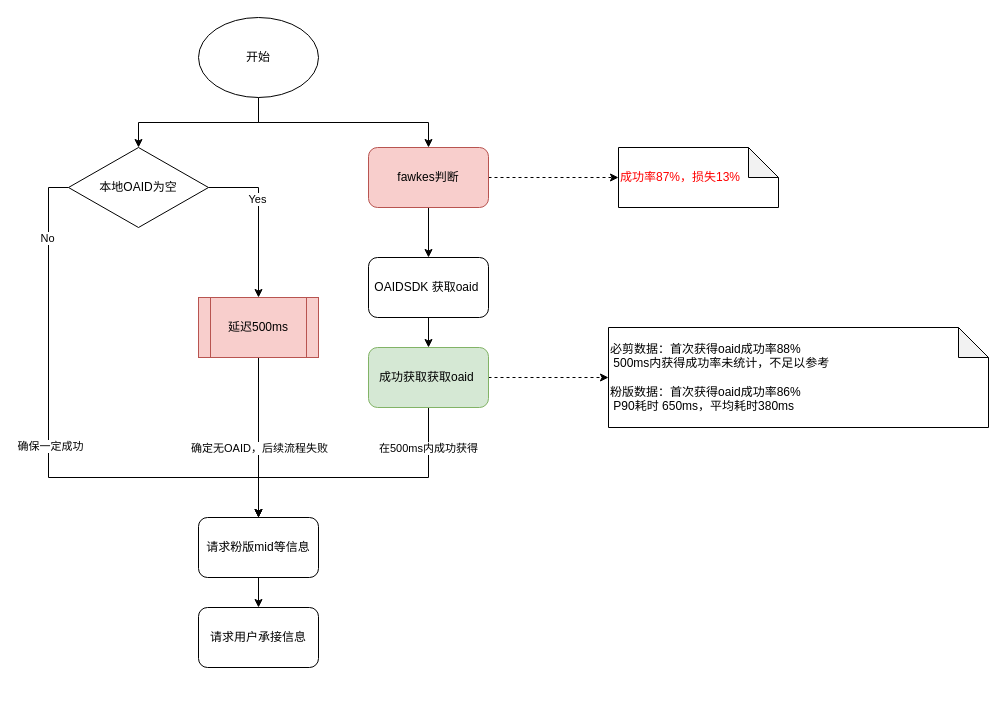
Before: 用户承接-APP.drawio in iFarSeer/DjinniPractice, a draw.io diagram. Source tidied: cells renumbered, new cells numbered last; positions are measured from the earlier drawing's top-left corner, leaving out a move shared by most shapes. Both pictures are drawn from the tidied source at 100%, with x=0, y=0 at pixel (48, 17).
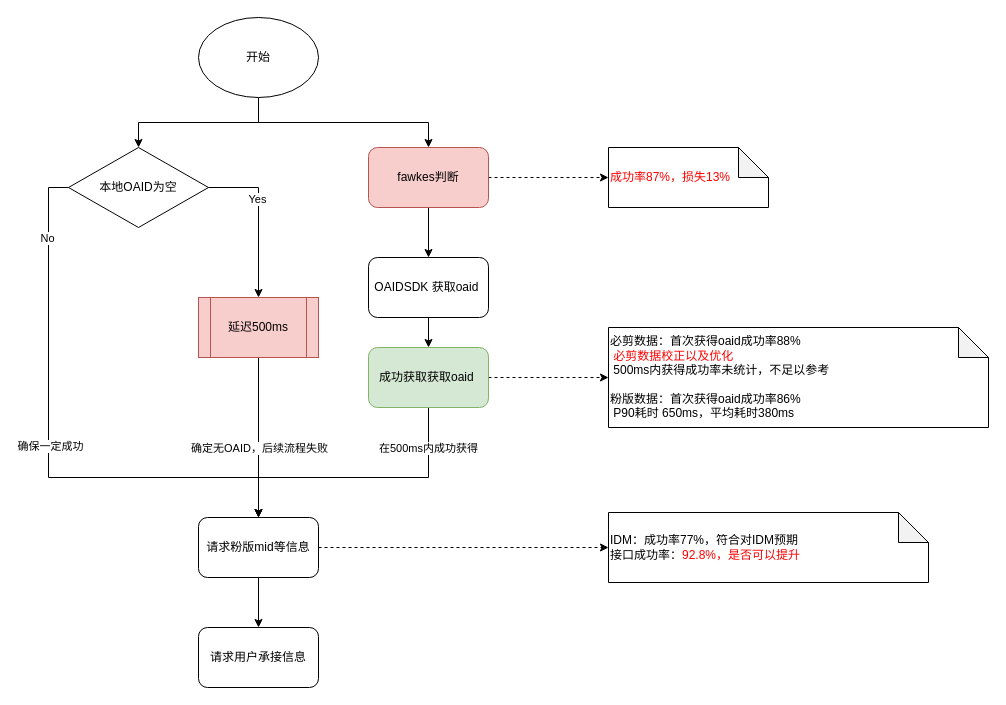
The same diagram, later.

Commit message (it also covers changes not shown here):
更新用户承接-APP.drawio

The change refers to these unchanged cells:
```xml
<mxCell id="17" value="请求粉版mid等信息" style="rounded=1;whiteSpace=wrap;html=1;" parent="1" vertex="1">
  <mxGeometry x="150" y="500" width="120" height="60" as="geometry" />
</mxCell>
```

Diff of the diagram source:
```diff
@@
+    <mxCell id="28" style="edgeStyle=orthogonalEdgeStyle;rounded=0;jettySize=auto;html=1;fontColor=#000000;dashed=1;" parent="1" edge="1" source="17" target="29">
+      <mxGeometry relative="1" as="geometry" />
+    </mxCell>
@@
     <mxCell id="18" value="请求用户承接信息" style="rounded=1;whiteSpace=wrap;html=1;" parent="1" vertex="1">
-      <mxGeometry x="150" y="590" width="120" height="60" as="geometry" />
+      <mxGeometry x="150" y="610" width="120" height="60" as="geometry" />
     </mxCell>
@@
     <mxCell id="26" value="&lt;font color=&quot;#ff0000&quot;&gt;成功率87%，损失13%&lt;/font&gt;" style="shape=note;whiteSpace=wrap;html=1;backgroundOutline=1;darkOpacity=0.05;align=left;" parent="1" vertex="1">
-      <mxGeometry x="570" y="130" width="160" height="60" as="geometry" />
+      <mxGeometry x="560" y="130" width="160" height="60" as="geometry" />
     </mxCell>
-    <mxCell id="27" value="必剪数据：首次获得oaid成功率88%&lt;br&gt;&lt;span style=&quot;white-space: pre;&quot;&gt; &lt;/span&gt;500ms内获得成功率未统计，不足以参考&lt;br&gt;&lt;br&gt;粉版数据：首次获得oaid成功率86%&lt;br&gt;&lt;span style=&quot;white-space: pre;&quot;&gt; &lt;/span&gt;P90耗时 650ms，平均耗时380ms" style="shape=note;whiteSpace=wrap;html=1;backgroundOutline=1;darkOpacity=0.05;align=left;" parent="1" vertex="1">
+    <mxCell id="27" value="必剪数据：首次获得oaid成功率88%&lt;br&gt;&lt;span style=&quot;white-space: pre;&quot;&gt; &lt;/span&gt;&lt;font color=&quot;#ff0000&quot;&gt;必剪数据校正以及优化&lt;/font&gt;&lt;br&gt;&lt;span style=&quot;white-space: pre;&quot;&gt; &lt;/span&gt;500ms内获得成功率未统计，不足以参考&lt;br&gt;&lt;br&gt;粉版数据：首次获得oaid成功率86%&lt;br&gt;&lt;span style=&quot;white-space: pre;&quot;&gt; &lt;/span&gt;P90耗时 650ms，平均耗时380ms" style="shape=note;whiteSpace=wrap;html=1;backgroundOutline=1;darkOpacity=0.05;align=left;" parent="1" vertex="1">
       <mxGeometry x="560" y="310" width="380" height="100" as="geometry" />
     </mxCell>
+    <mxCell id="29" value="IDM：成功率77%，符合对IDM预期&lt;br&gt;接口成功率：&lt;font color=&quot;#ff0000&quot;&gt;92.8%，是否可以提升&lt;/font&gt;" style="shape=note;whiteSpace=wrap;html=1;backgroundOutline=1;darkOpacity=0.05;align=left;" parent="1" vertex="1">
+      <mxGeometry x="560" y="495" width="320" height="70" as="geometry" />
+    </mxCell>
```
